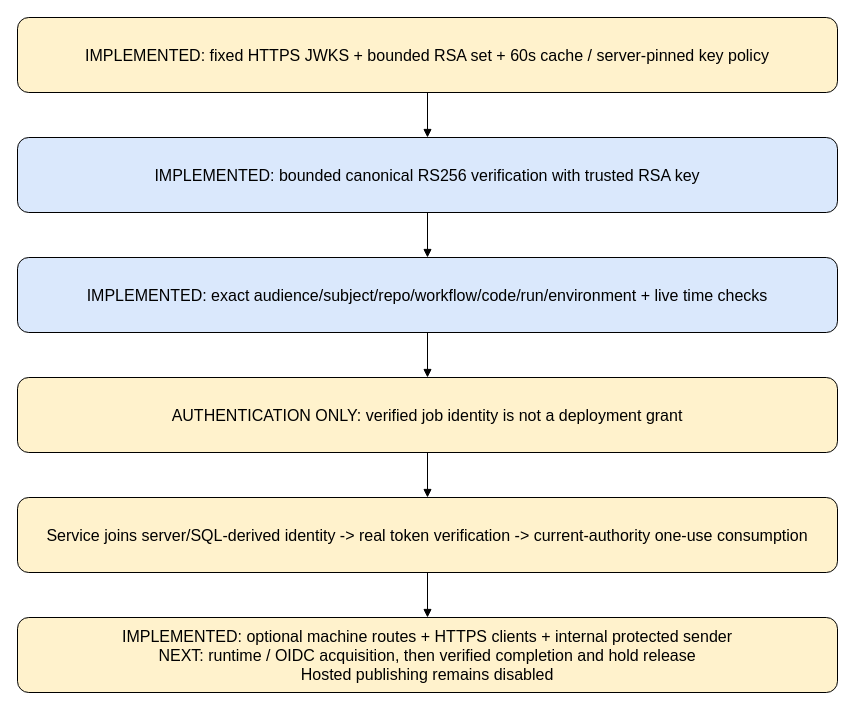
This is docs/diagrams/cms-receiver-exchange.drawio from devalltect00/devalltect00.github.io, a draw.io file, before an edit. Source tidied: cells renumbered, new cells numbered last; positions are measured from the earlier drawing's top-left corner, leaving out a move shared by most shapes. Both pictures are drawn from the tidied source at 100%, with x=0, y=0 at pixel (17, 17).
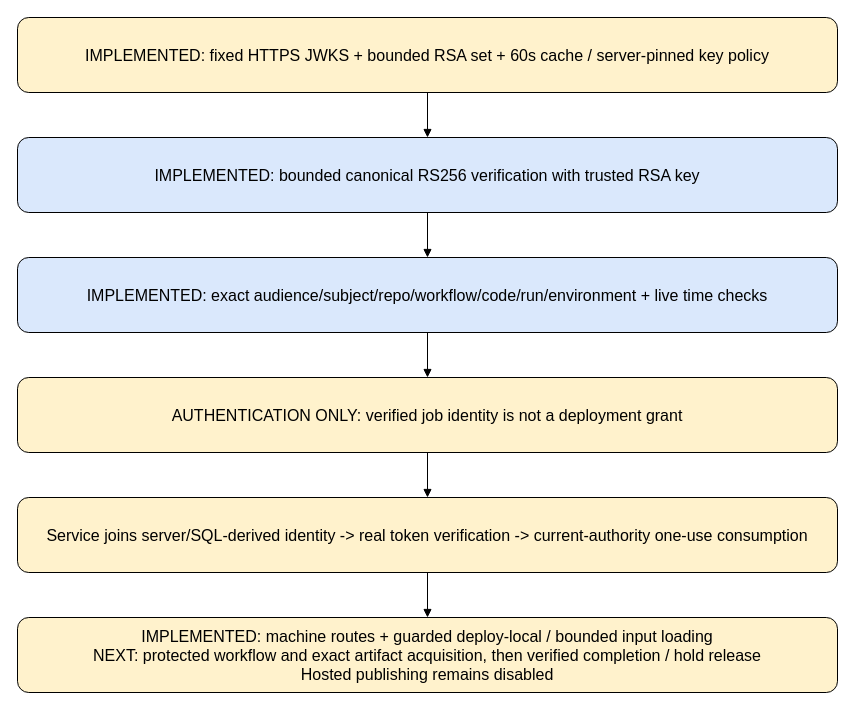
After the change.

What changed in the source:
```diff
@@
 <mxGraphModel>
   <root>
     <mxCell id="0" />
     <mxCell id="1" parent="0" />
     <mxCell id="2" value="IMPLEMENTED: fixed HTTPS JWKS + bounded RSA set + 60s cache / server-pinned key policy" style="rounded=1;whiteSpace=wrap;html=1;fillColor=#fff2cc;fontSize=16;" parent="1" vertex="1">
       <mxGeometry width="820" height="75" as="geometry" />
     </mxCell>
     <mxCell id="3" value="IMPLEMENTED: bounded canonical RS256 verification with trusted RSA key" style="rounded=1;whiteSpace=wrap;html=1;fillColor=#dae8fc;fontSize=16;" parent="1" vertex="1">
       <mxGeometry y="120" width="820" height="75" as="geometry" />
     </mxCell>
     <mxCell id="4" style="endArrow=block;" parent="1" edge="1" source="2" target="3">
       <mxGeometry relative="1" as="geometry" />
     </mxCell>
     <mxCell id="5" value="IMPLEMENTED: exact audience/subject/repo/workflow/code/run/environment + live time checks" style="rounded=1;whiteSpace=wrap;html=1;fillColor=#dae8fc;fontSize=16;" parent="1" vertex="1">
       <mxGeometry y="240" width="820" height="75" as="geometry" />
     </mxCell>
     <mxCell id="6" style="endArrow=block;" parent="1" edge="1" source="3" target="5">
       <mxGeometry relative="1" as="geometry" />
     </mxCell>
     <mxCell id="7" value="AUTHENTICATION ONLY: verified job identity is not a deployment grant" style="rounded=1;whiteSpace=wrap;html=1;fillColor=#fff2cc;fontSize=16;" parent="1" vertex="1">
       <mxGeometry y="360" width="820" height="75" as="geometry" />
     </mxCell>
     <mxCell id="8" style="endArrow=block;" parent="1" edge="1" source="5" target="7">
       <mxGeometry relative="1" as="geometry" />
     </mxCell>
     <mxCell id="9" value="Service joins server/SQL-derived identity -&gt; real token verification -&gt; current-authority one-use consumption" style="rounded=1;whiteSpace=wrap;html=1;fillColor=#fff2cc;fontSize=16;" parent="1" vertex="1">
       <mxGeometry y="480" width="820" height="75" as="geometry" />
     </mxCell>
     <mxCell id="10" style="endArrow=block;" parent="1" edge="1" source="7" target="9">
       <mxGeometry relative="1" as="geometry" />
     </mxCell>
-    <mxCell id="11" value="IMPLEMENTED: optional machine routes + HTTPS clients + internal protected sender&#10;NEXT: runtime / OIDC acquisition, then verified completion and hold release&#10;Hosted publishing remains disabled" style="rounded=1;whiteSpace=wrap;html=1;fillColor=#fff2cc;fontSize=16;" parent="1" vertex="1">
+    <mxCell id="11" value="IMPLEMENTED: machine routes + guarded deploy-local / bounded input loading&#10;NEXT: protected workflow and exact artifact acquisition, then verified completion / hold release&#10;Hosted publishing remains disabled" style="rounded=1;whiteSpace=wrap;html=1;fillColor=#fff2cc;fontSize=16;" parent="1" vertex="1">
       <mxGeometry y="600" width="820" height="75" as="geometry" />
     </mxCell>
     <mxCell id="12" style="endArrow=block;" parent="1" edge="1" source="9" target="11">
       <mxGeometry relative="1" as="geometry" />
     </mxCell>
   </root>
 </mxGraphModel>
```
